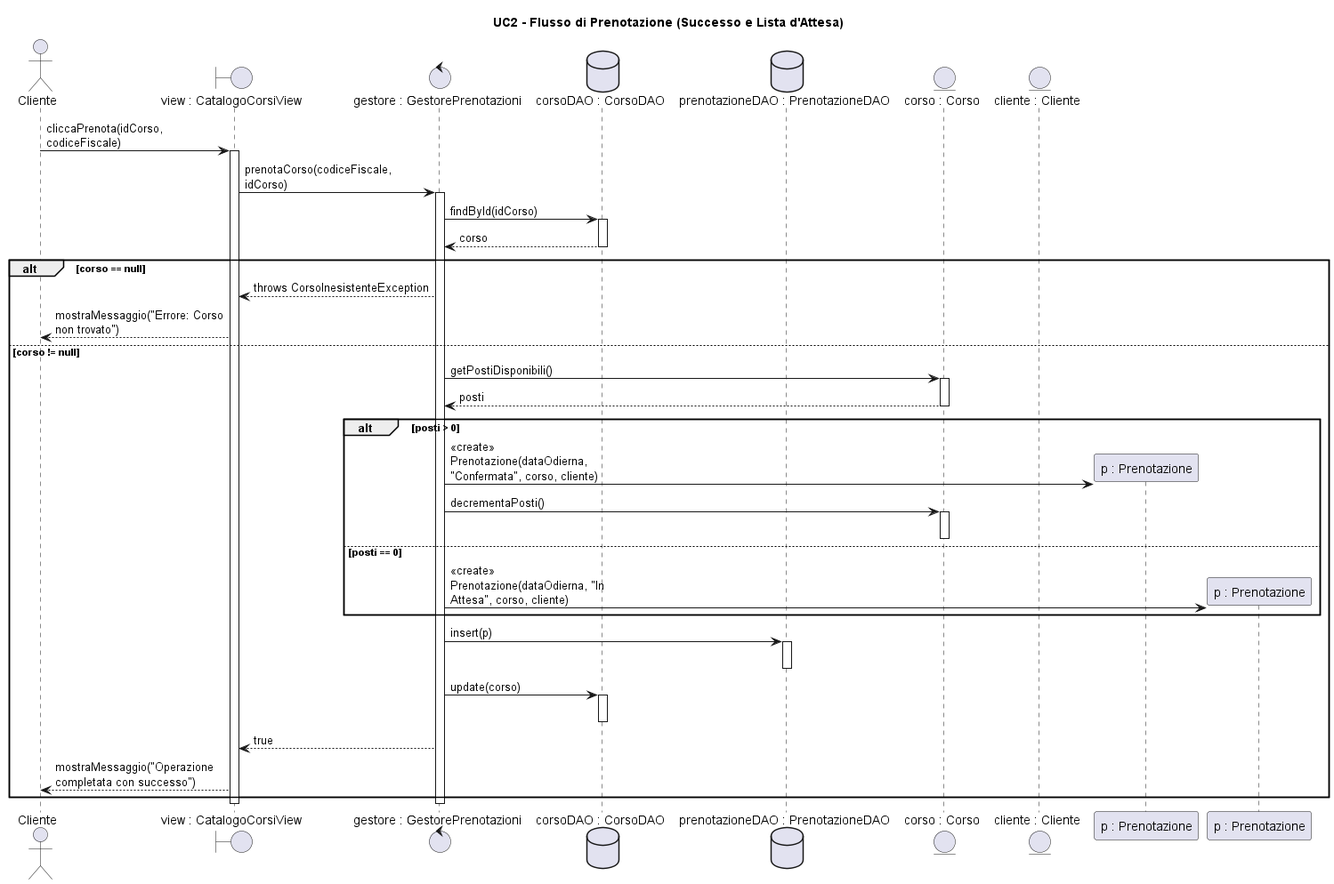
Before: ScriptActive/Documenti/08. Diagrammi di Sequenza/Visualizzazioni/DSequenzaUC2Main.png, a diagram exported from PlantUML (svilu999/Progetto-ScriptActive).
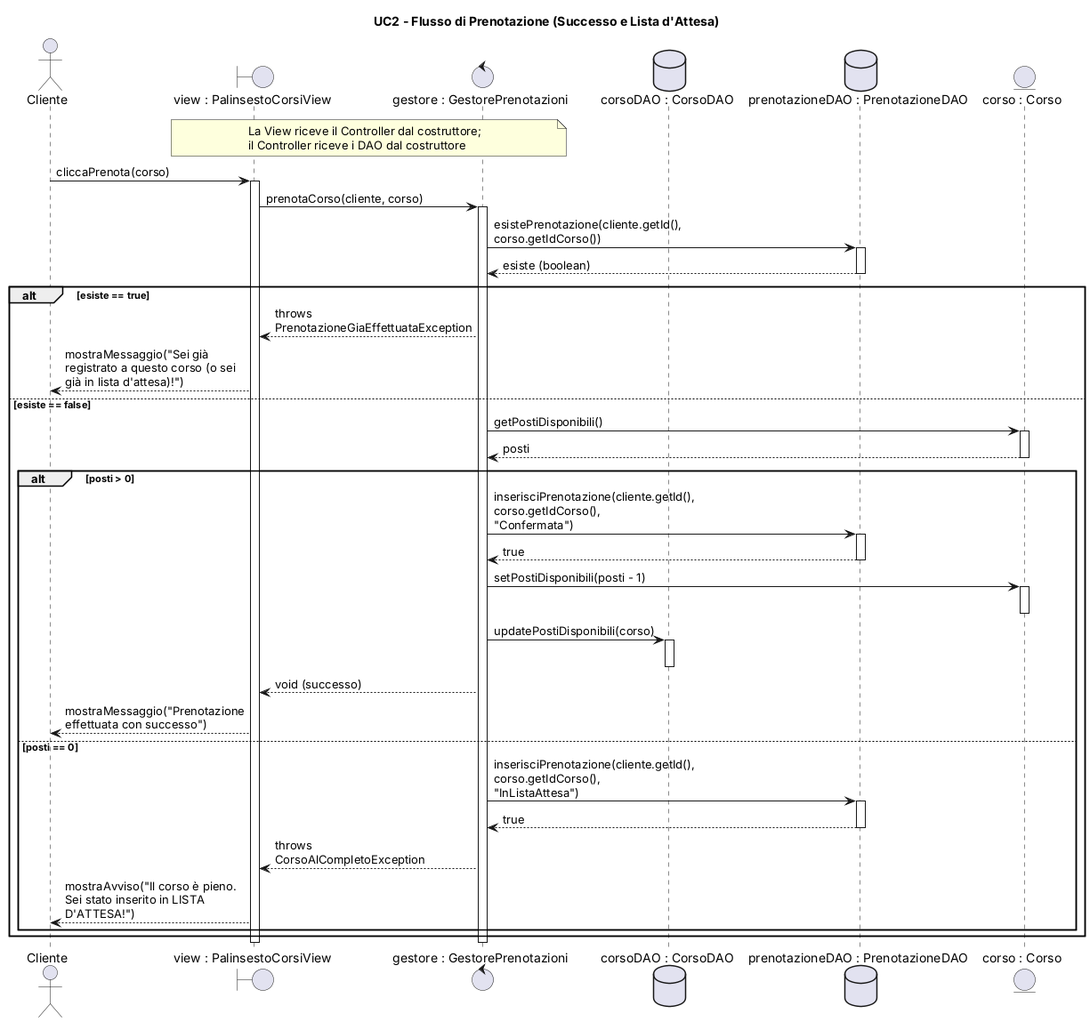
Above is the later version.

What changed in the source:
```diff
@@ -1,33 +1,37 @@
-@startuml DiagrammaSequenzaMain
+@startuml DSequenzaUC2Main
 skinparam maxMessageSize 200
 skinparam monochrome false
-skinparam linetype ortho
 
 title UC2 - Flusso di Prenotazione (Successo e Lista d'Attesa)
 
 actor "Cliente" as C
-boundary "view : CatalogoCorsiView" as View
+boundary "view : PalinsestoCorsiView" as View
 control "gestore : GestorePrenotazioni" as Controller
 database "corsoDAO : CorsoDAO" as CDAO
 database "prenotazioneDAO : PrenotazioneDAO" as PDAO
 entity "corso : Corso" as Corso
-entity "cliente : Cliente" as Cliente
 
-C -> View : cliccaPrenota(idCorso, codiceFiscale)
+note over View, Controller
+  La View riceve il Controller dal costruttore;
+  il Controller riceve i DAO dal costruttore
+end note
+
+C -> View : cliccaPrenota(corso)
 activate View
 
-View -> Controller : prenotaCorso(codiceFiscale, idCorso)
+View -> Controller : prenotaCorso(cliente, corso)
 activate Controller
 
-Controller -> CDAO : findById(idCorso)
-activate CDAO
-CDAO --> Controller : corso
-deactivate CDAO
+Controller -> PDAO : esistePrenotazione(cliente.getId(), corso.getIdCorso())
+activate PDAO
+PDAO --> Controller : esiste (boolean)
+deactivate PDAO
 
-alt corso == null
-    Controller --> View : throws CorsoInesistenteException
-    View --> C : mostraMessaggio("Errore: Corso non trovato")
-else corso != null
+alt esiste == true
+    Controller --> View : throws PrenotazioneGiaEffettuataException
+    View --> C : mostraMessaggio("Sei già registrato a questo corso (o sei già in lista d'attesa)!")
+
+else esiste == false
 
     Controller -> Corso : getPostiDisponibili()
     activate Corso
@@ -35,28 +39,31 @@
     deactivate Corso
 
     alt posti > 0
-        create "p : Prenotazione" as Prenotazione
-        Controller -> Prenotazione : <<create>> Prenotazione(dataOdierna, "Confermata", corso, cliente)
+        Controller -> PDAO : inserisciPrenotazione(cliente.getId(), corso.getIdCorso(), "Confermata")
+        activate PDAO
+        PDAO --> Controller : true
+        deactivate PDAO
 
-        Controller -> Corso : decrementaPosti()
+        Controller -> Corso : setPostiDisponibili(posti - 1)
         activate Corso
         deactivate Corso
 
+        Controller -> CDAO : updatePostiDisponibili(corso)
+        activate CDAO
+        deactivate CDAO
+
+        Controller --> View : void (successo)
+        View --> C : mostraMessaggio("Prenotazione effettuata con successo")
+
     else posti == 0
-        create "p : Prenotazione" as PrenotazioneAttesa
-        Controller -> PrenotazioneAttesa : <<create>> Prenotazione(dataOdierna, "In Attesa", corso, cliente)
+        Controller -> PDAO : inserisciPrenotazione(cliente.getId(), corso.getIdCorso(), "InListaAttesa")
+        activate PDAO
+        PDAO --> Controller : true
+        deactivate PDAO
+
+        Controller --> View : throws CorsoAlCompletoException
+        View --> C : mostraAvviso("Il corso è pieno. Sei stato inserito in LISTA D'ATTESA!")
     end
-
-    Controller -> PDAO : insert(p)
-    activate PDAO
-    deactivate PDAO
-
-    Controller -> CDAO : update(corso)
-    activate CDAO
-    deactivate CDAO
-
-    Controller --> View : true
-    View --> C : mostraMessaggio("Operazione completata con successo")
 end
 
 deactivate Controller
```
